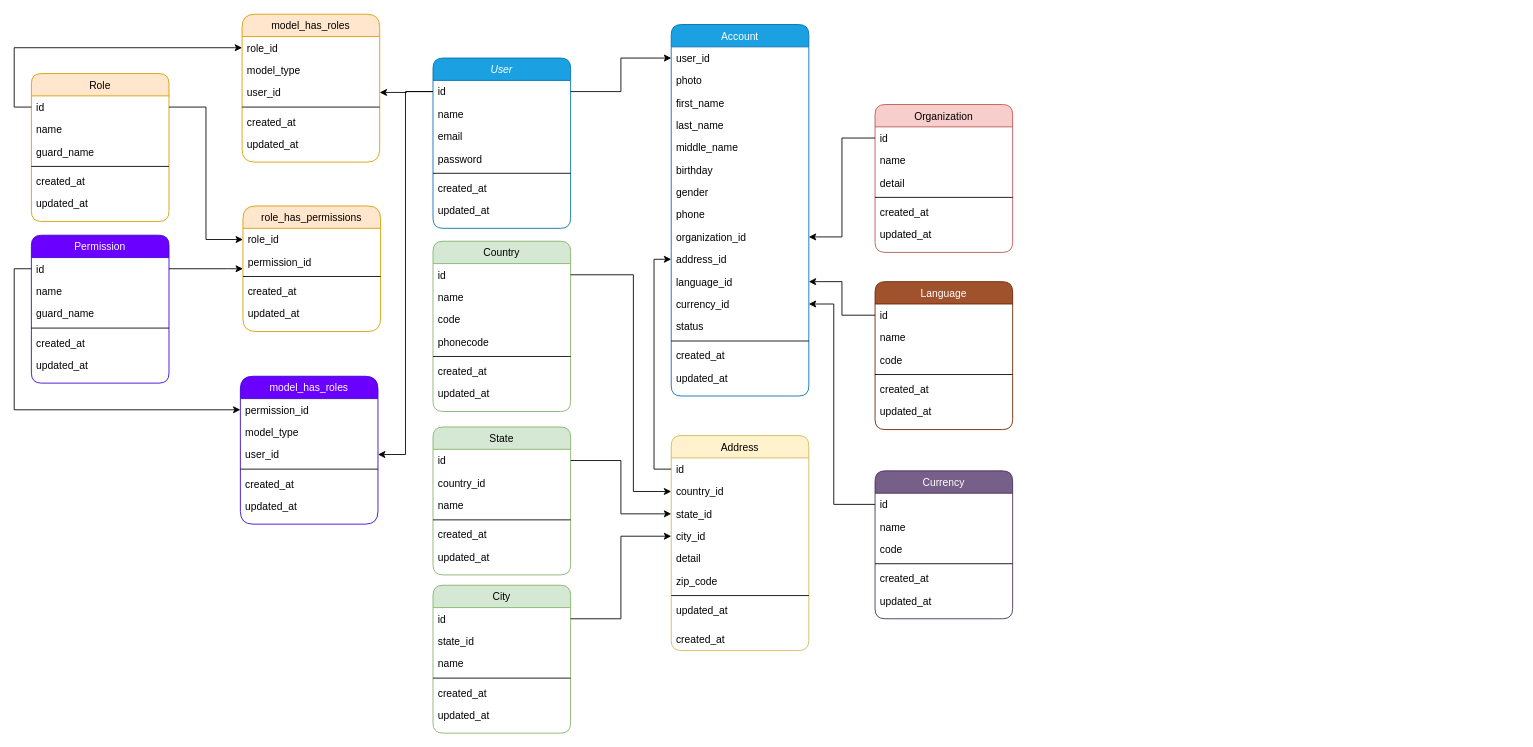
This is public/Untitled Diagram.drawio from urinboy/EduCRM, a draw.io file, before an edit. Source tidied: cells renumbered, new cells numbered last; positions are measured from the earlier drawing's top-left corner, leaving out a move shared by most shapes. Both pictures are drawn from the tidied source at 86%, with x=0, y=0 at pixel (31, 14).
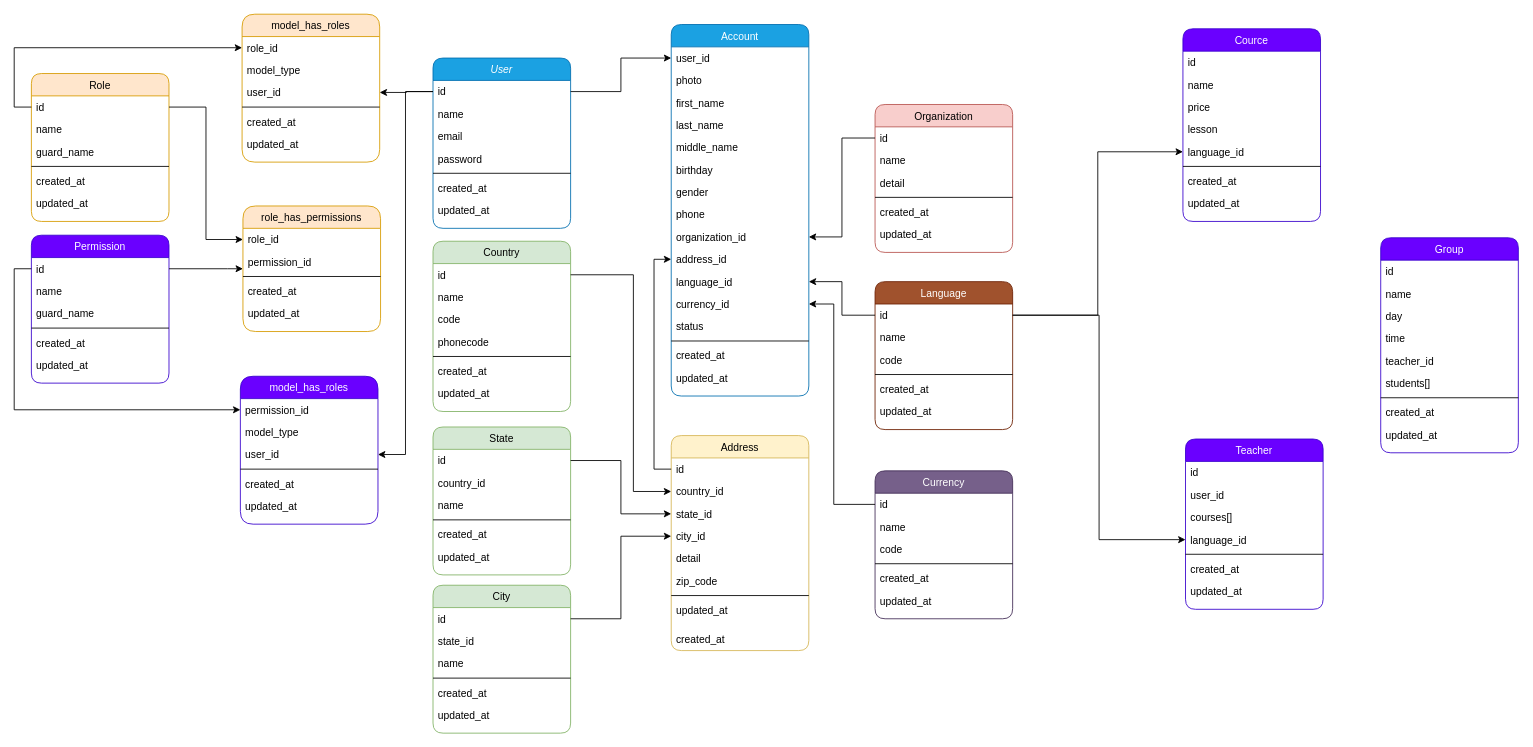
After the change.

The change refers to these unchanged cells:
```xml
<mxCell id="113" value="id" style="text;align=left;verticalAlign=top;spacingLeft=4;spacingRight=4;overflow=hidden;points=[[0,0.5],[1,0.5]];portConstraint=eastwest;" parent="112" vertex="1">
  <mxGeometry y="26" width="160" height="26" as="geometry" />
</mxCell>
```

The edit, as a diff of the source:
```diff
@@
+    <mxCell id="129" value="Group" style="swimlane;fontStyle=0;align=center;verticalAlign=top;horizontal=1;startSize=26;rounded=1;shadow=0;strokeWidth=1;fillColor=#6a00ff;strokeColor=#3700CC;fontColor=#ffffff;" parent="1" vertex="1">
+      <mxGeometry x="1569" y="260" width="160" height="250" as="geometry" />
+    </mxCell>
+    <mxCell id="130" value="id" style="text;align=left;verticalAlign=top;spacingLeft=4;spacingRight=4;overflow=hidden;" parent="129" vertex="1">
+      <mxGeometry y="26" width="160" height="26" as="geometry" />
+    </mxCell>
+    <mxCell id="131" value="name" style="text;align=left;verticalAlign=top;spacingLeft=4;spacingRight=4;overflow=hidden;" parent="129" vertex="1">
+      <mxGeometry y="52" width="160" height="26" as="geometry" />
+    </mxCell>
+    <mxCell id="132" value="day" style="text;align=left;verticalAlign=top;spacingLeft=4;spacingRight=4;overflow=hidden;" parent="129" vertex="1">
+      <mxGeometry y="78" width="160" height="26" as="geometry" />
+    </mxCell>
+    <mxCell id="133" value="time" style="text;align=left;verticalAlign=top;spacingLeft=4;spacingRight=4;overflow=hidden;" parent="129" vertex="1">
+      <mxGeometry y="104" width="160" height="26" as="geometry" />
+    </mxCell>
+    <mxCell id="134" value="teacher_id" style="text;align=left;verticalAlign=top;spacingLeft=4;spacingRight=4;overflow=hidden;" parent="129" vertex="1">
+      <mxGeometry y="130" width="160" height="26" as="geometry" />
+    </mxCell>
+    <mxCell id="135" value="students[]" style="text;align=left;verticalAlign=top;spacingLeft=4;spacingRight=4;overflow=hidden;" parent="129" vertex="1">
+      <mxGeometry y="156" width="160" height="26" as="geometry" />
+    </mxCell>
+    <mxCell id="136" style="line;html=1;strokeWidth=1;align=left;verticalAlign=middle;spacingTop=-1;spacingLeft=3;spacingRight=3;labelPosition=right;" parent="129" vertex="1">
+      <mxGeometry y="182" width="160" height="8" as="geometry" />
+    </mxCell>
+    <mxCell id="137" value="created_at" style="text;align=left;verticalAlign=top;spacingLeft=4;spacingRight=4;overflow=hidden;" parent="129" vertex="1">
+      <mxGeometry y="190" width="160" height="26" as="geometry" />
+    </mxCell>
+    <mxCell id="138" value="updated_at" style="text;align=left;verticalAlign=top;spacingLeft=4;spacingRight=4;overflow=hidden;" parent="129" vertex="1">
+      <mxGeometry y="216" width="160" height="34" as="geometry" />
+    </mxCell>
+    <mxCell id="139" value="Cource" style="swimlane;fontStyle=0;align=center;verticalAlign=top;horizontal=1;startSize=26;rounded=1;shadow=0;strokeWidth=1;fillColor=#6a00ff;strokeColor=#3700CC;fontColor=#ffffff;" parent="1" vertex="1">
+      <mxGeometry x="1339" y="17" width="160" height="224" as="geometry" />
+    </mxCell>
+    <mxCell id="140" value="id" style="text;align=left;verticalAlign=top;spacingLeft=4;spacingRight=4;overflow=hidden;" parent="139" vertex="1">
+      <mxGeometry y="26" width="160" height="26" as="geometry" />
+    </mxCell>
+    <mxCell id="141" value="name" style="text;align=left;verticalAlign=top;spacingLeft=4;spacingRight=4;overflow=hidden;" parent="139" vertex="1">
+      <mxGeometry y="52" width="160" height="26" as="geometry" />
+    </mxCell>
+    <mxCell id="142" value="price" style="text;align=left;verticalAlign=top;spacingLeft=4;spacingRight=4;overflow=hidden;" parent="139" vertex="1">
+      <mxGeometry y="78" width="160" height="26" as="geometry" />
+    </mxCell>
+    <mxCell id="143" value="lesson" style="text;align=left;verticalAlign=top;spacingLeft=4;spacingRight=4;overflow=hidden;" parent="139" vertex="1">
+      <mxGeometry y="104" width="160" height="26" as="geometry" />
+    </mxCell>
+    <mxCell id="144" value="language_id" style="text;align=left;verticalAlign=top;spacingLeft=4;spacingRight=4;overflow=hidden;points=[[0,0.5],[1,0.5]];portConstraint=eastwest;" parent="139" vertex="1">
+      <mxGeometry y="130" width="160" height="26" as="geometry" />
+    </mxCell>
+    <mxCell id="145" style="line;html=1;strokeWidth=1;align=left;verticalAlign=middle;spacingTop=-1;spacingLeft=3;spacingRight=3;labelPosition=right;" parent="139" vertex="1">
+      <mxGeometry y="156" width="160" height="8" as="geometry" />
+    </mxCell>
+    <mxCell id="146" value="created_at" style="text;align=left;verticalAlign=top;spacingLeft=4;spacingRight=4;overflow=hidden;" parent="139" vertex="1">
+      <mxGeometry y="164" width="160" height="26" as="geometry" />
+    </mxCell>
+    <mxCell id="147" value="updated_at" style="text;align=left;verticalAlign=top;spacingLeft=4;spacingRight=4;overflow=hidden;" parent="139" vertex="1">
+      <mxGeometry y="190" width="160" height="34" as="geometry" />
+    </mxCell>
+    <mxCell id="148" value="Teacher" style="swimlane;fontStyle=0;align=center;verticalAlign=top;horizontal=1;startSize=26;rounded=1;shadow=0;strokeWidth=1;fillColor=#6a00ff;strokeColor=#3700CC;fontColor=#ffffff;" parent="1" vertex="1">
+      <mxGeometry x="1342" y="494" width="160" height="198" as="geometry" />
+    </mxCell>
+    <mxCell id="149" value="id" style="text;align=left;verticalAlign=top;spacingLeft=4;spacingRight=4;overflow=hidden;" parent="148" vertex="1">
+      <mxGeometry y="26" width="160" height="26" as="geometry" />
+    </mxCell>
+    <mxCell id="150" value="user_id" style="text;align=left;verticalAlign=top;spacingLeft=4;spacingRight=4;overflow=hidden;" parent="148" vertex="1">
+      <mxGeometry y="52" width="160" height="26" as="geometry" />
+    </mxCell>
+    <mxCell id="151" value="courses[]" style="text;align=left;verticalAlign=top;spacingLeft=4;spacingRight=4;overflow=hidden;" parent="148" vertex="1">
+      <mxGeometry y="78" width="160" height="26" as="geometry" />
+    </mxCell>
+    <mxCell id="152" value="language_id" style="text;align=left;verticalAlign=top;spacingLeft=4;spacingRight=4;overflow=hidden;points=[[0,0.5],[1,0.5]];portConstraint=eastwest;" parent="148" vertex="1">
+      <mxGeometry y="104" width="160" height="26" as="geometry" />
+    </mxCell>
+    <mxCell id="153" style="line;html=1;strokeWidth=1;align=left;verticalAlign=middle;spacingTop=-1;spacingLeft=3;spacingRight=3;labelPosition=right;" parent="148" vertex="1">
+      <mxGeometry y="130" width="160" height="8" as="geometry" />
+    </mxCell>
+    <mxCell id="154" value="created_at" style="text;align=left;verticalAlign=top;spacingLeft=4;spacingRight=4;overflow=hidden;" parent="148" vertex="1">
+      <mxGeometry y="138" width="160" height="26" as="geometry" />
+    </mxCell>
+    <mxCell id="155" value="updated_at" style="text;align=left;verticalAlign=top;spacingLeft=4;spacingRight=4;overflow=hidden;" parent="148" vertex="1">
+      <mxGeometry y="164" width="160" height="34" as="geometry" />
+    </mxCell>
+    <mxCell id="156" style="edgeStyle=orthogonalEdgeStyle;rounded=0;jettySize=auto;html=1;exitX=1;exitY=0.5;exitDx=0;exitDy=0;entryX=0;entryY=0.5;entryDx=0;entryDy=0;" parent="1" edge="1" source="113" target="152">
+      <mxGeometry relative="1" as="geometry" />
+    </mxCell>
+    <mxCell id="157" style="edgeStyle=orthogonalEdgeStyle;rounded=0;jettySize=auto;html=1;exitX=1;exitY=0.5;exitDx=0;exitDy=0;entryX=0;entryY=0.5;entryDx=0;entryDy=0;" parent="1" edge="1" source="113" target="144">
+      <mxGeometry relative="1" as="geometry" />
+    </mxCell>
```
